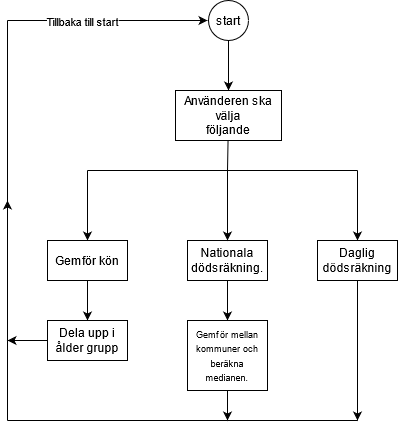
The draw.io diagram Dataprojekt/planering.png in axeljornulf/axel_jornulf_te19d, before a commit. Source tidied: cells renumbered, new cells last; positions are measured from the earlier drawing's top-left corner, leaving out a move shared by most shapes. The source it was exported from:
```xml
<mxGraphModel>
  <root>
    <mxCell id="0" />
    <mxCell id="1" parent="0" />
    <mxCell id="2" value="start" style="ellipse;whiteSpace=wrap;html=1;" parent="1" vertex="1">
      <mxGeometry x="201" width="40" height="40" as="geometry" />
    </mxCell>
    <mxCell id="3" style="endArrow=classic;html=1;entryX=0.5;entryY=0;entryDx=0;entryDy=0;" parent="1" edge="1" target="4">
      <mxGeometry relative="1" as="geometry">
        <mxPoint x="221" y="40" as="sourcePoint" />
      </mxGeometry>
    </mxCell>
    <mxCell id="4" value="&lt;div&gt;Använderen ska välja&lt;/div&gt;&lt;div&gt;följande&lt;br&gt;&lt;/div&gt;" style="rounded=0;whiteSpace=wrap;html=1;" parent="1" vertex="1">
      <mxGeometry x="168" y="90" width="106" height="50" as="geometry" />
    </mxCell>
    <mxCell id="5" style="endArrow=none;html=1;" parent="1" edge="1" target="4">
      <mxGeometry relative="1" as="geometry">
        <mxPoint x="220" y="170" as="sourcePoint" />
      </mxGeometry>
    </mxCell>
    <mxCell id="6" style="endArrow=none;html=1;" parent="1" edge="1">
      <mxGeometry relative="1" as="geometry">
        <mxPoint x="80" y="170" as="sourcePoint" />
        <mxPoint x="350" y="170" as="targetPoint" />
        <Array as="points">
          <mxPoint x="250" y="170" />
        </Array>
      </mxGeometry>
    </mxCell>
    <mxCell id="7" style="endArrow=classic;html=1;" parent="1" edge="1">
      <mxGeometry relative="1" as="geometry">
        <mxPoint x="80" y="170" as="sourcePoint" />
        <mxPoint x="80" y="240" as="targetPoint" />
      </mxGeometry>
    </mxCell>
    <mxCell id="8" value="Gemför kön" style="rounded=0;whiteSpace=wrap;html=1;" parent="1" vertex="1">
      <mxGeometry x="40" y="240" width="80" height="40" as="geometry" />
    </mxCell>
    <mxCell id="9" value="Nationala dödsräkning." style="rounded=0;whiteSpace=wrap;html=1;" parent="1" vertex="1">
      <mxGeometry x="180" y="240" width="80" height="40" as="geometry" />
    </mxCell>
    <mxCell id="10" style="endArrow=classic;html=1;entryX=0.5;entryY=0;entryDx=0;entryDy=0;" parent="1" edge="1" target="9">
      <mxGeometry relative="1" as="geometry">
        <mxPoint x="220" y="170" as="sourcePoint" />
      </mxGeometry>
    </mxCell>
    <mxCell id="11" style="endArrow=classic;html=1;exitX=0.5;exitY=1;exitDx=0;exitDy=0;entryX=0.5;entryY=0;entryDx=0;entryDy=0;" parent="1" edge="1" source="9" target="12">
      <mxGeometry relative="1" as="geometry" />
    </mxCell>
    <mxCell id="12" value="&lt;font style=&quot;font-size: 9px&quot;&gt;Gemför mellan kommuner och beräkna medianen.&lt;br&gt;&lt;/font&gt;" style="rounded=0;whiteSpace=wrap;html=1;" parent="1" vertex="1">
      <mxGeometry x="180" y="320" width="80" height="70" as="geometry" />
    </mxCell>
    <mxCell id="13" style="endArrow=classic;html=1;exitX=0.5;exitY=1;exitDx=0;exitDy=0;" parent="1" edge="1" source="8">
      <mxGeometry relative="1" as="geometry">
        <mxPoint x="80" y="320" as="targetPoint" />
      </mxGeometry>
    </mxCell>
    <mxCell id="14" value="Dela upp i ålder grupp" style="rounded=0;whiteSpace=wrap;html=1;" parent="1" vertex="1">
      <mxGeometry x="40" y="320" width="80" height="40" as="geometry" />
    </mxCell>
    <mxCell id="15" style="endArrow=none;html=1;exitX=0;exitY=0.5;exitDx=0;exitDy=0;" parent="1" edge="1" source="14">
      <mxGeometry relative="1" as="geometry">
        <mxPoint y="340" as="targetPoint" />
      </mxGeometry>
    </mxCell>
    <mxCell id="16" style="endArrow=none;html=1;" parent="1" edge="1">
      <mxGeometry relative="1" as="geometry">
        <mxPoint y="340" as="sourcePoint" />
        <mxPoint y="20" as="targetPoint" />
      </mxGeometry>
    </mxCell>
    <mxCell id="17" style="endArrow=classic;html=1;" parent="1" edge="1">
      <mxGeometry relative="1" as="geometry">
        <mxPoint y="20" as="sourcePoint" />
        <mxPoint x="200" y="20" as="targetPoint" />
      </mxGeometry>
    </mxCell>
    <mxCell id="18" value="Tillbaka till start" style="edgeLabel;html=1;align=center;verticalAlign=middle;" parent="17" vertex="1">
      <mxGeometry x="-0.26" y="-1" relative="1" as="geometry" />
    </mxCell>
    <mxCell id="19" style="endArrow=none;html=1;" parent="1" edge="1">
      <mxGeometry relative="1" as="geometry">
        <mxPoint y="420" as="sourcePoint" />
        <mxPoint y="340" as="targetPoint" />
      </mxGeometry>
    </mxCell>
    <mxCell id="20" style="endArrow=none;html=1;" parent="1" edge="1">
      <mxGeometry relative="1" as="geometry">
        <mxPoint y="420" as="sourcePoint" />
        <mxPoint x="220" y="420" as="targetPoint" />
      </mxGeometry>
    </mxCell>
    <mxCell id="21" style="endArrow=none;html=1;" parent="1" edge="1" target="12">
      <mxGeometry relative="1" as="geometry">
        <mxPoint x="220" y="420" as="sourcePoint" />
      </mxGeometry>
    </mxCell>
    <mxCell id="22" style="endArrow=classic;html=1;" parent="1" edge="1">
      <mxGeometry relative="1" as="geometry">
        <mxPoint x="350" y="170" as="sourcePoint" />
        <mxPoint x="350" y="240" as="targetPoint" />
      </mxGeometry>
    </mxCell>
    <mxCell id="23" style="endArrow=classic;html=1;" parent="1" edge="1">
      <mxGeometry relative="1" as="geometry">
        <mxPoint y="290" as="sourcePoint" />
        <mxPoint y="200" as="targetPoint" />
      </mxGeometry>
    </mxCell>
    <mxCell id="24" value="Daglig dödsräkning" style="rounded=0;whiteSpace=wrap;html=1;" parent="1" vertex="1">
      <mxGeometry x="310" y="240" width="80" height="40" as="geometry" />
    </mxCell>
    <mxCell id="25" style="endArrow=classic;html=1;" parent="1" edge="1">
      <mxGeometry relative="1" as="geometry">
        <mxPoint x="220" y="390" as="sourcePoint" />
        <mxPoint x="220" y="420" as="targetPoint" />
      </mxGeometry>
    </mxCell>
    <mxCell id="26" style="endArrow=classic;html=1;" parent="1" edge="1">
      <mxGeometry relative="1" as="geometry">
        <mxPoint x="40" y="340" as="sourcePoint" />
        <mxPoint y="340" as="targetPoint" />
      </mxGeometry>
    </mxCell>
    <mxCell id="27" style="endArrow=none;html=1;entryX=0.5;entryY=1;entryDx=0;entryDy=0;" parent="1" edge="1" target="24">
      <mxGeometry relative="1" as="geometry">
        <mxPoint x="350" y="420" as="sourcePoint" />
      </mxGeometry>
    </mxCell>
    <mxCell id="28" style="endArrow=none;html=1;" parent="1" edge="1">
      <mxGeometry relative="1" as="geometry">
        <mxPoint x="220" y="420" as="sourcePoint" />
        <mxPoint x="350" y="420" as="targetPoint" />
      </mxGeometry>
    </mxCell>
    <mxCell id="29" style="endArrow=classic;html=1;exitX=0.5;exitY=1;exitDx=0;exitDy=0;" parent="1" edge="1" source="24">
      <mxGeometry relative="1" as="geometry">
        <mxPoint x="350" y="420" as="targetPoint" />
      </mxGeometry>
    </mxCell>
  </root>
</mxGraphModel>
```
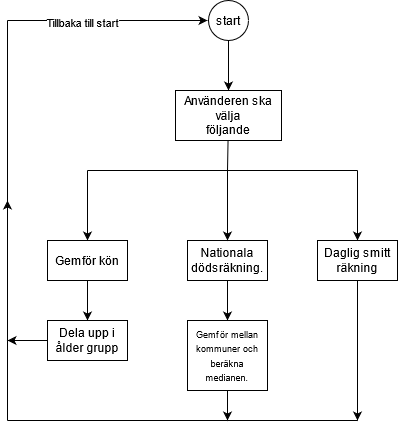
After the commit.

What changed in the source:
```diff
@@ -107,7 +107,7 @@
         <mxPoint y="200" as="targetPoint" />
       </mxGeometry>
     </mxCell>
-    <mxCell id="24" value="Daglig dödsräkning" style="rounded=0;whiteSpace=wrap;html=1;" parent="1" vertex="1">
+    <mxCell id="24" value="Daglig smitt räkning" style="rounded=0;whiteSpace=wrap;html=1;" parent="1" vertex="1">
       <mxGeometry x="310" y="240" width="80" height="40" as="geometry" />
     </mxCell>
     <mxCell id="25" style="endArrow=classic;html=1;" parent="1" edge="1">
```
